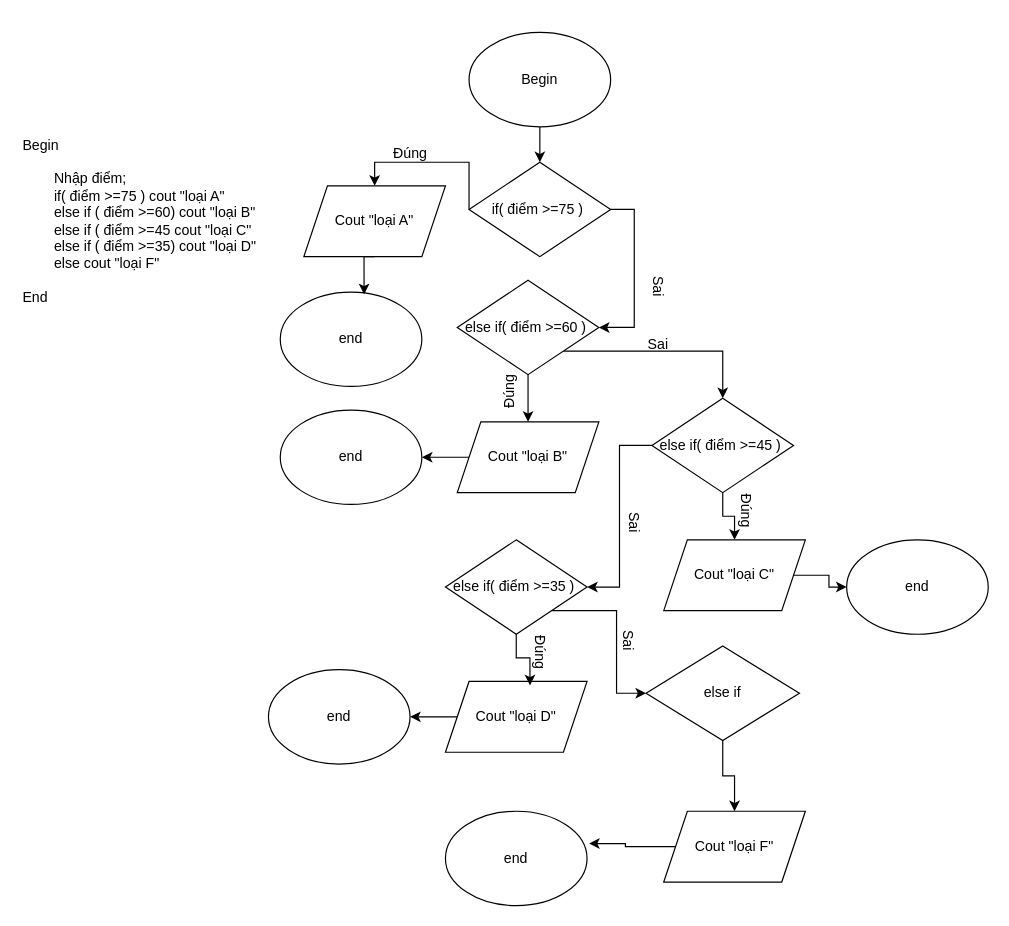
giabao1101/C0924G1-TranGiaBao keeps this draw.io diagram as day_3/Cau truc dieu kien.drawio. Above is the earlier version. Source tidied: cells renumbered, new cells numbered last; positions are measured from the earlier drawing's top-left corner, leaving out a move shared by most shapes. Both pictures are drawn from the tidied source at 118%, with x=0, y=0 at pixel (20, 32).
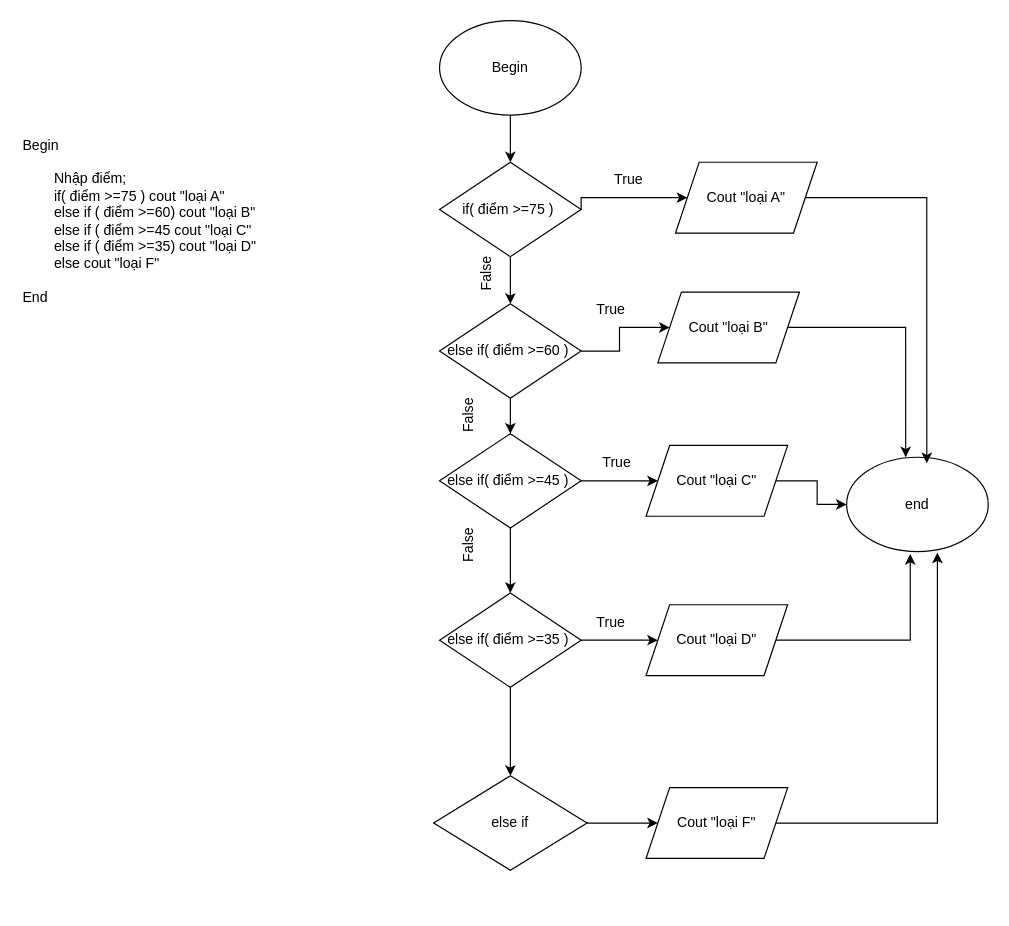
The same diagram, later.

What changed in the source:
```diff
@@
     <mxCell id="3" value="Begin" style="ellipse;whiteSpace=wrap;html=1;" parent="1" vertex="1">
-      <mxGeometry x="380" width="120" height="80" as="geometry" />
+      <mxGeometry x="355" y="-10" width="120" height="80" as="geometry" />
     </mxCell>
@@
+    <mxCell id="6" style="edgeStyle=orthogonalEdgeStyle;rounded=0;jettySize=auto;html=1;exitX=0.5;exitY=1;exitDx=0;exitDy=0;entryX=0.5;entryY=0;entryDx=0;entryDy=0;" parent="1" edge="1" source="7" target="13">
+      <mxGeometry relative="1" as="geometry" />
+    </mxCell>
-    <mxCell id="5" style="edgeStyle=orthogonalEdgeStyle;rounded=0;jettySize=auto;html=1;exitX=0.5;exitY=1;exitDx=0;exitDy=0;entryX=0.5;entryY=0;entryDx=0;entryDy=0;" parent="1" edge="1" source="7" target="19">
+    <mxCell id="5" style="edgeStyle=orthogonalEdgeStyle;rounded=0;jettySize=auto;html=1;" parent="1" edge="1" source="7" target="19">
       <mxGeometry relative="1" as="geometry" />
     </mxCell>
-    <mxCell id="6" style="edgeStyle=orthogonalEdgeStyle;rounded=0;jettySize=auto;html=1;exitX=1;exitY=1;exitDx=0;exitDy=0;entryX=0.5;entryY=0;entryDx=0;entryDy=0;" parent="1" edge="1" source="7" target="13">
-      <mxGeometry relative="1" as="geometry" />
-    </mxCell>
     <mxCell id="7" value="&lt;span style=&quot;text-align: left; text-wrap: nowrap;&quot;&gt;else if( điểm &amp;gt;=60 )&amp;nbsp;&lt;/span&gt;" style="rhombus;whiteSpace=wrap;html=1;" parent="1" vertex="1">
-      <mxGeometry x="370" y="210" width="120" height="80" as="geometry" />
+      <mxGeometry x="355" y="230" width="120" height="80" as="geometry" />
     </mxCell>
-    <mxCell id="8" style="edgeStyle=orthogonalEdgeStyle;rounded=0;jettySize=auto;html=1;exitX=0;exitY=0.5;exitDx=0;exitDy=0;entryX=0.5;entryY=0;entryDx=0;entryDy=0;" parent="1" edge="1" source="10" target="23">
+    <mxCell id="8" style="edgeStyle=orthogonalEdgeStyle;rounded=0;jettySize=auto;html=1;exitX=1;exitY=0.5;exitDx=0;exitDy=0;entryX=0;entryY=0.5;entryDx=0;entryDy=0;" parent="1" edge="1" source="10" target="23">
       <mxGeometry relative="1" as="geometry">
         <Array as="points">
-          <mxPoint x="380" y="110" />
-          <mxPoint x="300" y="110" />
+          <mxPoint x="475" y="140" />
         </Array>
       </mxGeometry>
     </mxCell>
-    <mxCell id="9" style="edgeStyle=orthogonalEdgeStyle;rounded=0;jettySize=auto;html=1;exitX=1;exitY=0.5;exitDx=0;exitDy=0;entryX=1;entryY=0.5;entryDx=0;entryDy=0;" parent="1" edge="1" source="10" target="7">
+    <mxCell id="9" style="edgeStyle=orthogonalEdgeStyle;rounded=0;jettySize=auto;html=1;exitX=0.5;exitY=1;exitDx=0;exitDy=0;entryX=0.5;entryY=0;entryDx=0;entryDy=0;" parent="1" edge="1" source="10" target="7">
       <mxGeometry relative="1" as="geometry" />
     </mxCell>
     <mxCell id="10" value="&lt;span style=&quot;text-align: left; text-wrap: nowrap;&quot;&gt;if( điểm &amp;gt;=75 )&amp;nbsp;&lt;/span&gt;" style="rhombus;whiteSpace=wrap;html=1;" parent="1" vertex="1">
-      <mxGeometry x="380" y="110" width="120" height="80" as="geometry" />
+      <mxGeometry x="355" y="110" width="120" height="80" as="geometry" />
     </mxCell>
-    <mxCell id="11" style="edgeStyle=orthogonalEdgeStyle;rounded=0;jettySize=auto;html=1;exitX=0.5;exitY=1;exitDx=0;exitDy=0;entryX=0.5;entryY=0;entryDx=0;entryDy=0;" parent="1" edge="1" source="13" target="22">
+    <mxCell id="11" style="edgeStyle=orthogonalEdgeStyle;rounded=0;jettySize=auto;html=1;exitX=1;exitY=0.5;exitDx=0;exitDy=0;entryX=0;entryY=0.5;entryDx=0;entryDy=0;" parent="1" edge="1" source="13" target="22">
       <mxGeometry relative="1" as="geometry" />
     </mxCell>
-    <mxCell id="12" style="edgeStyle=orthogonalEdgeStyle;rounded=0;jettySize=auto;html=1;exitX=0;exitY=0.5;exitDx=0;exitDy=0;entryX=1;entryY=0.5;entryDx=0;entryDy=0;" parent="1" edge="1" source="13" target="15">
+    <mxCell id="12" style="edgeStyle=orthogonalEdgeStyle;rounded=0;jettySize=auto;html=1;exitX=0.5;exitY=1;exitDx=0;exitDy=0;entryX=0.5;entryY=0;entryDx=0;entryDy=0;" parent="1" edge="1" source="13" target="15">
       <mxGeometry relative="1" as="geometry" />
     </mxCell>
     <mxCell id="13" value="&lt;span style=&quot;text-align: left; text-wrap: nowrap;&quot;&gt;else if( điểm &amp;gt;=45 )&amp;nbsp;&lt;/span&gt;" style="rhombus;whiteSpace=wrap;html=1;" parent="1" vertex="1">
-      <mxGeometry x="535" y="310" width="120" height="80" as="geometry" />
+      <mxGeometry x="355" y="340" width="120" height="80" as="geometry" />
     </mxCell>
-    <mxCell id="14" style="edgeStyle=orthogonalEdgeStyle;rounded=0;jettySize=auto;html=1;exitX=1;exitY=1;exitDx=0;exitDy=0;entryX=0;entryY=0.5;entryDx=0;entryDy=0;" parent="1" edge="1" source="15" target="25">
+    <mxCell id="14" style="edgeStyle=orthogonalEdgeStyle;rounded=0;jettySize=auto;html=1;exitX=0.5;exitY=1;exitDx=0;exitDy=0;" parent="1" edge="1" source="15" target="25">
       <mxGeometry relative="1" as="geometry" />
     </mxCell>
+    <mxCell id="27" style="edgeStyle=orthogonalEdgeStyle;rounded=0;jettySize=auto;html=1;" parent="1" edge="1" source="15" target="17">
+      <mxGeometry relative="1" as="geometry" />
+    </mxCell>
     <mxCell id="15" value="&lt;span style=&quot;text-align: left; text-wrap: nowrap;&quot;&gt;else if( điểm &amp;gt;=35 )&amp;nbsp;&lt;/span&gt;" style="rhombus;whiteSpace=wrap;html=1;" parent="1" vertex="1">
-      <mxGeometry x="360" y="430" width="120" height="80" as="geometry" />
+      <mxGeometry x="355" y="475" width="120" height="80" as="geometry" />
     </mxCell>
-    <mxCell id="16" style="edgeStyle=orthogonalEdgeStyle;rounded=0;jettySize=auto;html=1;exitX=0;exitY=0.5;exitDx=0;exitDy=0;entryX=1;entryY=0.5;entryDx=0;entryDy=0;" parent="1" edge="1" source="17" target="37">
-      <mxGeometry relative="1" as="geometry" />
-    </mxCell>
     <mxCell id="17" value="Cout &quot;loại D&quot;" style="shape=parallelogram;perimeter=parallelogramPerimeter;whiteSpace=wrap;html=1;fixedSize=1;" parent="1" vertex="1">
-      <mxGeometry x="360" y="550" width="120" height="60" as="geometry" />
+      <mxGeometry x="530" y="485" width="120" height="60" as="geometry" />
     </mxCell>
-    <mxCell id="18" style="edgeStyle=orthogonalEdgeStyle;rounded=0;jettySize=auto;html=1;exitX=0;exitY=0.5;exitDx=0;exitDy=0;entryX=1;entryY=0.5;entryDx=0;entryDy=0;" parent="1" edge="1" source="19" target="38">
-      <mxGeometry relative="1" as="geometry" />
-    </mxCell>
     <mxCell id="19" value="Cout &quot;loại B&quot;" style="shape=parallelogram;perimeter=parallelogramPerimeter;whiteSpace=wrap;html=1;fixedSize=1;" parent="1" vertex="1">
-      <mxGeometry x="370" y="330" width="120" height="60" as="geometry" />
+      <mxGeometry x="540" y="220" width="120" height="60" as="geometry" />
     </mxCell>
     <mxCell id="20" value="Cout &quot;loại F&quot;" style="shape=parallelogram;perimeter=parallelogramPerimeter;whiteSpace=wrap;html=1;fixedSize=1;" parent="1" vertex="1">
-      <mxGeometry x="545" y="660" width="120" height="60" as="geometry" />
+      <mxGeometry x="530" y="640" width="120" height="60" as="geometry" />
     </mxCell>
@@
     <mxCell id="22" value="Cout &quot;loại C&quot;" style="shape=parallelogram;perimeter=parallelogramPerimeter;whiteSpace=wrap;html=1;fixedSize=1;" parent="1" vertex="1">
-      <mxGeometry x="545" y="430" width="120" height="60" as="geometry" />
+      <mxGeometry x="530" y="350" width="120" height="60" as="geometry" />
     </mxCell>
     <mxCell id="23" value="Cout &quot;loại A&quot;" style="shape=parallelogram;perimeter=parallelogramPerimeter;whiteSpace=wrap;html=1;fixedSize=1;" parent="1" vertex="1">
-      <mxGeometry x="240" y="130" width="120" height="60" as="geometry" />
+      <mxGeometry x="555" y="110" width="120" height="60" as="geometry" />
     </mxCell>
-    <mxCell id="24" style="edgeStyle=orthogonalEdgeStyle;rounded=0;jettySize=auto;html=1;exitX=0.5;exitY=1;exitDx=0;exitDy=0;entryX=0.5;entryY=0;entryDx=0;entryDy=0;" parent="1" edge="1" source="25" target="20">
+    <mxCell id="24" style="edgeStyle=orthogonalEdgeStyle;rounded=0;jettySize=auto;html=1;" parent="1" edge="1" source="25" target="20">
       <mxGeometry relative="1" as="geometry" />
     </mxCell>
     <mxCell id="25" value="else if" style="rhombus;whiteSpace=wrap;html=1;" parent="1" vertex="1">
-      <mxGeometry x="530" y="520" width="130" height="80" as="geometry" />
+      <mxGeometry x="350" y="630" width="130" height="80" as="geometry" />
     </mxCell>
-    <mxCell id="26" value="end" style="ellipse;whiteSpace=wrap;html=1;" parent="1" vertex="1">
-      <mxGeometry x="360" y="660" width="120" height="80" as="geometry" />
-    </mxCell>
-    <mxCell id="27" style="edgeStyle=orthogonalEdgeStyle;rounded=0;jettySize=auto;html=1;exitX=0.5;exitY=1;exitDx=0;exitDy=0;entryX=0.597;entryY=0.056;entryDx=0;entryDy=0;entryPerimeter=0;" parent="1" edge="1" source="15" target="17">
-      <mxGeometry relative="1" as="geometry" />
-    </mxCell>
-    <mxCell id="28" style="edgeStyle=orthogonalEdgeStyle;rounded=0;jettySize=auto;html=1;exitX=0;exitY=0.5;exitDx=0;exitDy=0;entryX=1.014;entryY=0.342;entryDx=0;entryDy=0;entryPerimeter=0;" parent="1" edge="1" source="20" target="26">
-      <mxGeometry relative="1" as="geometry" />
-    </mxCell>
-    <mxCell id="29" value="Đúng" style="text;html=1;align=center;verticalAlign=middle;strokeColor=none;fillColor=none;" parent="1" vertex="1">
-      <mxGeometry x="305" y="88" width="50" height="30" as="geometry" />
-    </mxCell>
-    <mxCell id="30" value="Đúng" style="text;html=1;align=center;verticalAlign=middle;strokeColor=none;fillColor=none;rotation=270;" parent="1" vertex="1">
-      <mxGeometry x="390" y="290" width="50" height="30" as="geometry" />
-    </mxCell>
-    <mxCell id="31" value="Đúng" style="text;html=1;align=center;verticalAlign=middle;strokeColor=none;fillColor=none;rotation=90;" parent="1" vertex="1">
-      <mxGeometry x="590" y="390" width="50" height="30" as="geometry" />
-    </mxCell>
-    <mxCell id="32" value="Đúng" style="text;html=1;align=center;verticalAlign=middle;strokeColor=none;fillColor=none;rotation=90;" parent="1" vertex="1">
-      <mxGeometry x="415" y="510" width="50" height="30" as="geometry" />
-    </mxCell>
-    <mxCell id="33" value="Sai" style="text;html=1;align=center;verticalAlign=middle;strokeColor=none;fillColor=none;rotation=90;" parent="1" vertex="1">
-      <mxGeometry x="520" y="200" width="40" height="30" as="geometry" />
-    </mxCell>
-    <mxCell id="34" value="Sai" style="text;html=1;align=center;verticalAlign=middle;strokeColor=none;fillColor=none;rotation=0;" parent="1" vertex="1">
-      <mxGeometry x="520" y="250" width="40" height="30" as="geometry" />
-    </mxCell>
-    <mxCell id="35" value="Sai" style="text;html=1;align=center;verticalAlign=middle;strokeColor=none;fillColor=none;rotation=90;" parent="1" vertex="1">
-      <mxGeometry x="500" y="400" width="40" height="30" as="geometry" />
-    </mxCell>
-    <mxCell id="36" value="Sai" style="text;html=1;align=center;verticalAlign=middle;strokeColor=none;fillColor=none;rotation=90;" parent="1" vertex="1">
-      <mxGeometry x="495" y="500" width="40" height="30" as="geometry" />
-    </mxCell>
-    <mxCell id="37" value="end" style="ellipse;whiteSpace=wrap;html=1;" parent="1" vertex="1">
-      <mxGeometry x="210" y="540" width="120" height="80" as="geometry" />
-    </mxCell>
-    <mxCell id="38" value="end" style="ellipse;whiteSpace=wrap;html=1;" parent="1" vertex="1">
-      <mxGeometry x="220" y="320" width="120" height="80" as="geometry" />
-    </mxCell>
-    <mxCell id="39" value="end" style="ellipse;whiteSpace=wrap;html=1;" parent="1" vertex="1">
-      <mxGeometry x="220" y="220" width="120" height="80" as="geometry" />
-    </mxCell>
     <mxCell id="40" value="end" style="ellipse;whiteSpace=wrap;html=1;" parent="1" vertex="1">
-      <mxGeometry x="700" y="430" width="120" height="80" as="geometry" />
+      <mxGeometry x="700" y="360" width="120" height="80" as="geometry" />
     </mxCell>
-    <mxCell id="41" style="edgeStyle=orthogonalEdgeStyle;rounded=0;jettySize=auto;html=1;exitX=0.5;exitY=1;exitDx=0;exitDy=0;entryX=0.592;entryY=0.025;entryDx=0;entryDy=0;entryPerimeter=0;" parent="1" edge="1" source="23" target="39">
-      <mxGeometry relative="1" as="geometry" />
-    </mxCell>
+    <mxCell id="42" value="True" style="text;html=1;align=center;verticalAlign=middle;strokeColor=none;fillColor=none;" parent="1" vertex="1">
+      <mxGeometry x="490" y="110" width="50" height="30" as="geometry" />
+    </mxCell>
+    <mxCell id="43" value="True" style="text;html=1;align=center;verticalAlign=middle;strokeColor=none;fillColor=none;" parent="1" vertex="1">
+      <mxGeometry x="475" y="485" width="50" height="30" as="geometry" />
+    </mxCell>
+    <mxCell id="44" value="True" style="text;html=1;align=center;verticalAlign=middle;strokeColor=none;fillColor=none;" parent="1" vertex="1">
+      <mxGeometry x="480" y="350" width="50" height="30" as="geometry" />
+    </mxCell>
+    <mxCell id="45" value="True" style="text;html=1;align=center;verticalAlign=middle;strokeColor=none;fillColor=none;" parent="1" vertex="1">
+      <mxGeometry x="475" y="220" width="50" height="30" as="geometry" />
+    </mxCell>
+    <mxCell id="46" value="False" style="text;html=1;align=center;verticalAlign=middle;strokeColor=none;fillColor=none;rotation=270;" parent="1" vertex="1">
+      <mxGeometry x="370" y="190" width="50" height="30" as="geometry" />
+    </mxCell>
+    <mxCell id="47" value="False" style="text;html=1;align=center;verticalAlign=middle;strokeColor=none;fillColor=none;rotation=270;" parent="1" vertex="1">
+      <mxGeometry x="355" y="420" width="50" height="30" as="geometry" />
+    </mxCell>
+    <mxCell id="48" value="False" style="text;html=1;align=center;verticalAlign=middle;strokeColor=none;fillColor=none;rotation=270;" parent="1" vertex="1">
+      <mxGeometry x="355" y="310" width="50" height="30" as="geometry" />
+    </mxCell>
+    <mxCell id="49" style="edgeStyle=orthogonalEdgeStyle;rounded=0;jettySize=auto;html=1;exitX=1;exitY=0.5;exitDx=0;exitDy=0;entryX=0.566;entryY=0.063;entryDx=0;entryDy=0;entryPerimeter=0;" parent="1" edge="1" source="23" target="40">
+      <mxGeometry relative="1" as="geometry" />
+    </mxCell>
+    <mxCell id="50" style="edgeStyle=orthogonalEdgeStyle;rounded=0;jettySize=auto;html=1;exitX=1;exitY=0.5;exitDx=0;exitDy=0;entryX=0.417;entryY=0;entryDx=0;entryDy=0;entryPerimeter=0;" parent="1" edge="1" source="19" target="40">
+      <mxGeometry relative="1" as="geometry" />
+    </mxCell>
+    <mxCell id="51" style="edgeStyle=orthogonalEdgeStyle;rounded=0;jettySize=auto;html=1;exitX=1;exitY=0.5;exitDx=0;exitDy=0;entryX=0.449;entryY=1.025;entryDx=0;entryDy=0;entryPerimeter=0;" parent="1" edge="1" source="17" target="40">
+      <mxGeometry relative="1" as="geometry" />
+    </mxCell>
+    <mxCell id="52" style="edgeStyle=orthogonalEdgeStyle;rounded=0;jettySize=auto;html=1;exitX=1;exitY=0.5;exitDx=0;exitDy=0;entryX=0.641;entryY=1.01;entryDx=0;entryDy=0;entryPerimeter=0;" parent="1" edge="1" source="20" target="40">
+      <mxGeometry relative="1" as="geometry" />
+    </mxCell>
```
